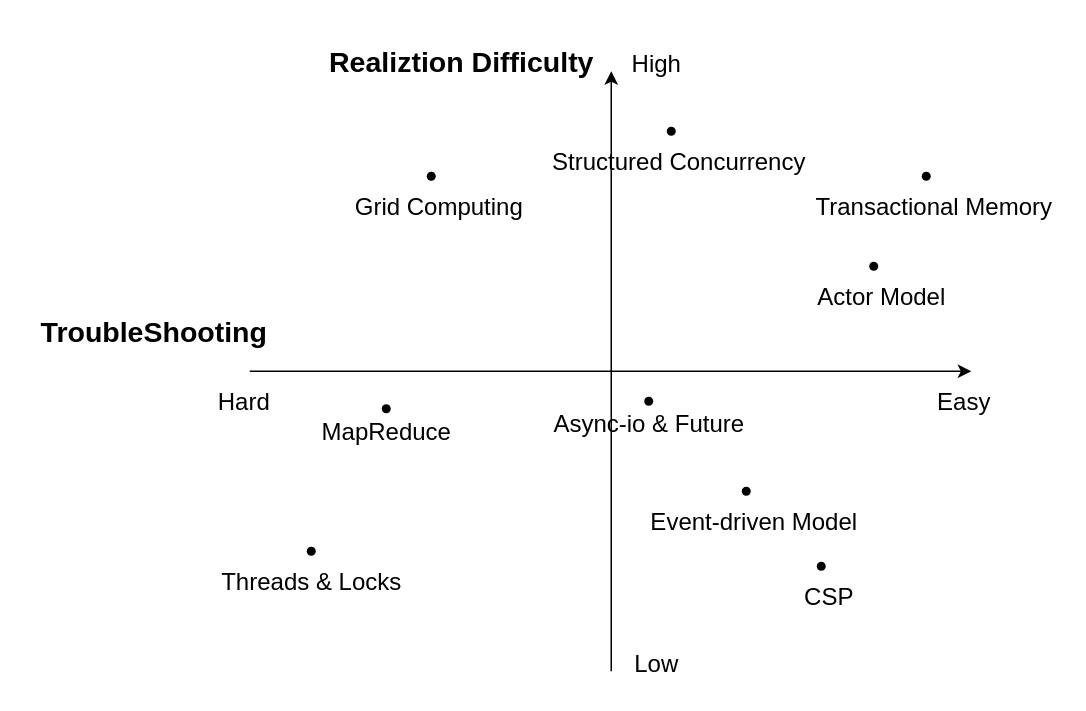
Above: page "quadrant" (2 of 2) of ir_bytecode_runtime.drawio in Tianyu9748/hello-world (draw.io), before the change. Source tidied: cells renumbered, new cells numbered last; positions are measured from the earlier drawing's top-left corner, leaving out a move shared by most shapes. Both pictures are drawn from the tidied source at 150%, with x=0, y=0 at pixel (26, 40).
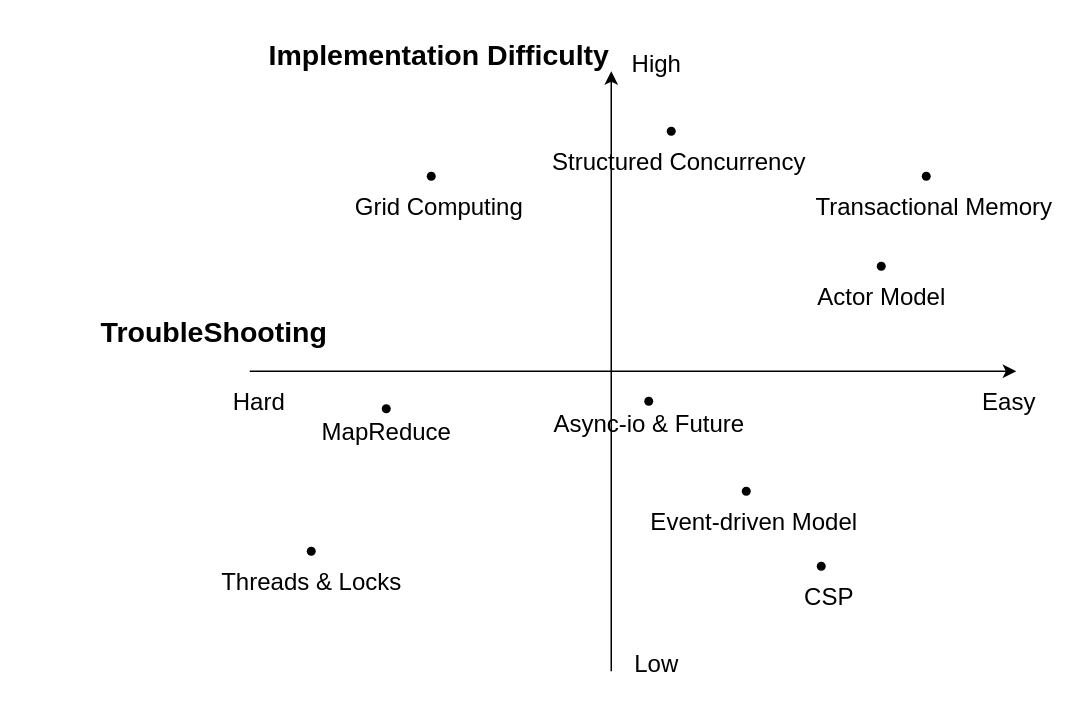
Above is the later version.

The edit, as a diff of the source:
```diff
@@
     <mxCell id="2" style="endArrow=classic;html=1;exitX=0.5;exitY=1;exitDx=0;exitDy=0;" parent="1" edge="1">
       <mxGeometry relative="1" as="geometry">
         <mxPoint x="149" y="220" as="sourcePoint" />
-        <mxPoint x="630" y="220" as="targetPoint" />
+        <mxPoint x="660" y="220" as="targetPoint" />
       </mxGeometry>
     </mxCell>
@@
     <mxCell id="4" value="&lt;b&gt;&lt;font style=&quot;font-size: 19px;&quot;&gt;TroubleShooting&lt;/font&gt;&lt;/b&gt;" style="text;html=1;align=center;verticalAlign=middle;strokeColor=none;fillColor=none;fontSize=17;" parent="1" vertex="1">
-      <mxGeometry y="180" width="170" height="30" as="geometry" />
+      <mxGeometry x="40" y="180" width="170" height="30" as="geometry" />
     </mxCell>
     <mxCell id="5" value="&lt;font style=&quot;font-size: 16px;&quot;&gt;Hard&lt;/font&gt;" style="text;html=1;align=center;verticalAlign=middle;strokeColor=none;fillColor=none;fontSize=19;" parent="1" vertex="1">
-      <mxGeometry x="120" y="225" width="50" height="30" as="geometry" />
+      <mxGeometry x="130" y="225" width="50" height="30" as="geometry" />
     </mxCell>
     <mxCell id="6" value="&lt;font style=&quot;font-size: 16px;&quot;&gt;Easy&lt;/font&gt;" style="text;html=1;align=center;verticalAlign=middle;strokeColor=none;fillColor=none;fontSize=19;" parent="1" vertex="1">
-      <mxGeometry x="600" y="225" width="50" height="30" as="geometry" />
+      <mxGeometry x="630" y="225" width="50" height="30" as="geometry" />
     </mxCell>
@@
-    <mxCell id="18" value="&lt;b&gt;&lt;font style=&quot;font-size: 19px;&quot;&gt;Realiztion Difficulty&lt;/font&gt;&lt;/b&gt;" style="text;html=1;align=center;verticalAlign=middle;strokeColor=none;fillColor=none;fontSize=17;" parent="1" vertex="1">
-      <mxGeometry x="195" width="190" height="30" as="geometry" />
+    <mxCell id="18" value="&lt;b&gt;&lt;font style=&quot;font-size: 19px;&quot;&gt;Implementation Difficulty&lt;/font&gt;&lt;/b&gt;" style="text;html=1;align=center;verticalAlign=middle;strokeColor=none;fillColor=none;fontSize=17;" parent="1" vertex="1">
+      <mxGeometry x="150" y="-10" width="250" height="40" as="geometry" />
     </mxCell>
     <mxCell id="19" style="shape=waypoint;sketch=0;fillStyle=solid;size=6;fillColor=none;perimeter=centerPerimeter;fontSize=16;" parent="1" vertex="1">
-      <mxGeometry x="545" y="130" width="40" height="40" as="geometry" />
+      <mxGeometry x="550" y="130" width="40" height="40" as="geometry" />
     </mxCell>
```
